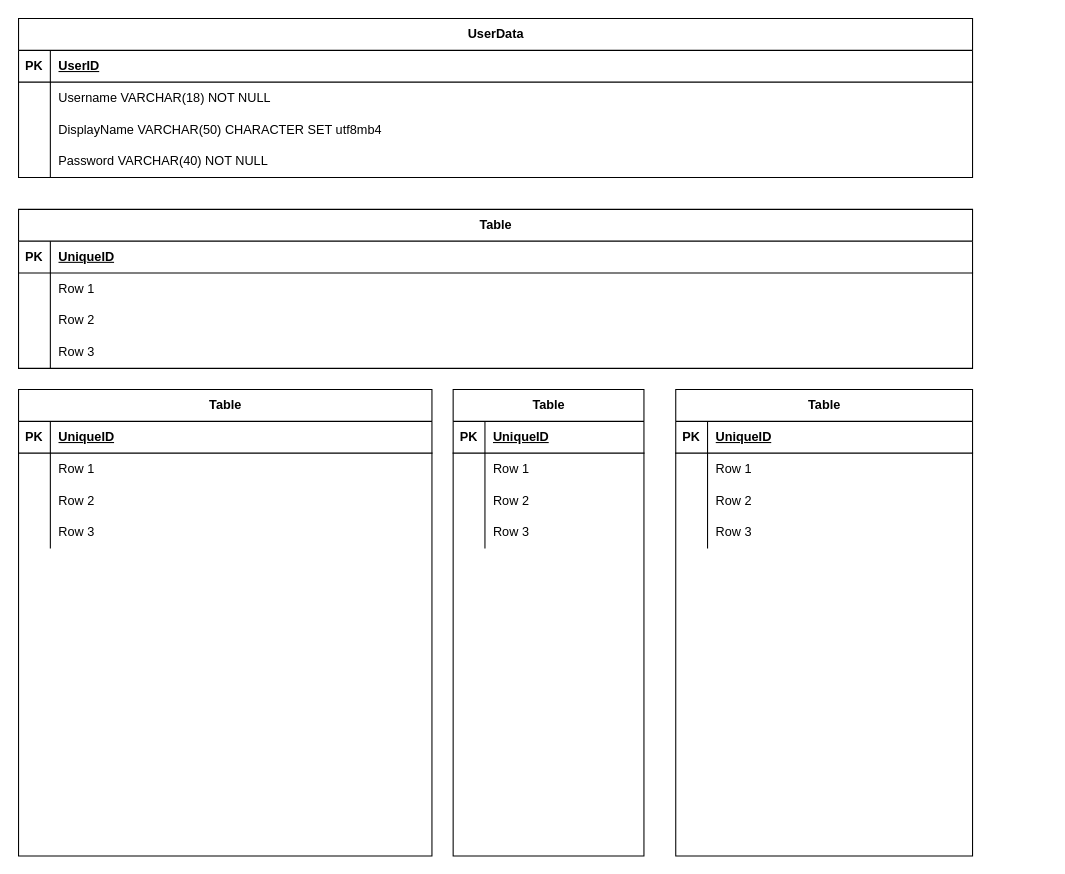
The draw.io diagram ReasonerBlue-ERD.drawio in BubbliBlu/BubbliBlu, before the edit. Source tidied: cells renumbered, new cells numbered last; positions are measured from the earlier drawing's top-left corner, leaving out a move shared by most shapes. Both pictures are drawn from the tidied source at 106%, with x=0, y=0 at pixel (18, 18).
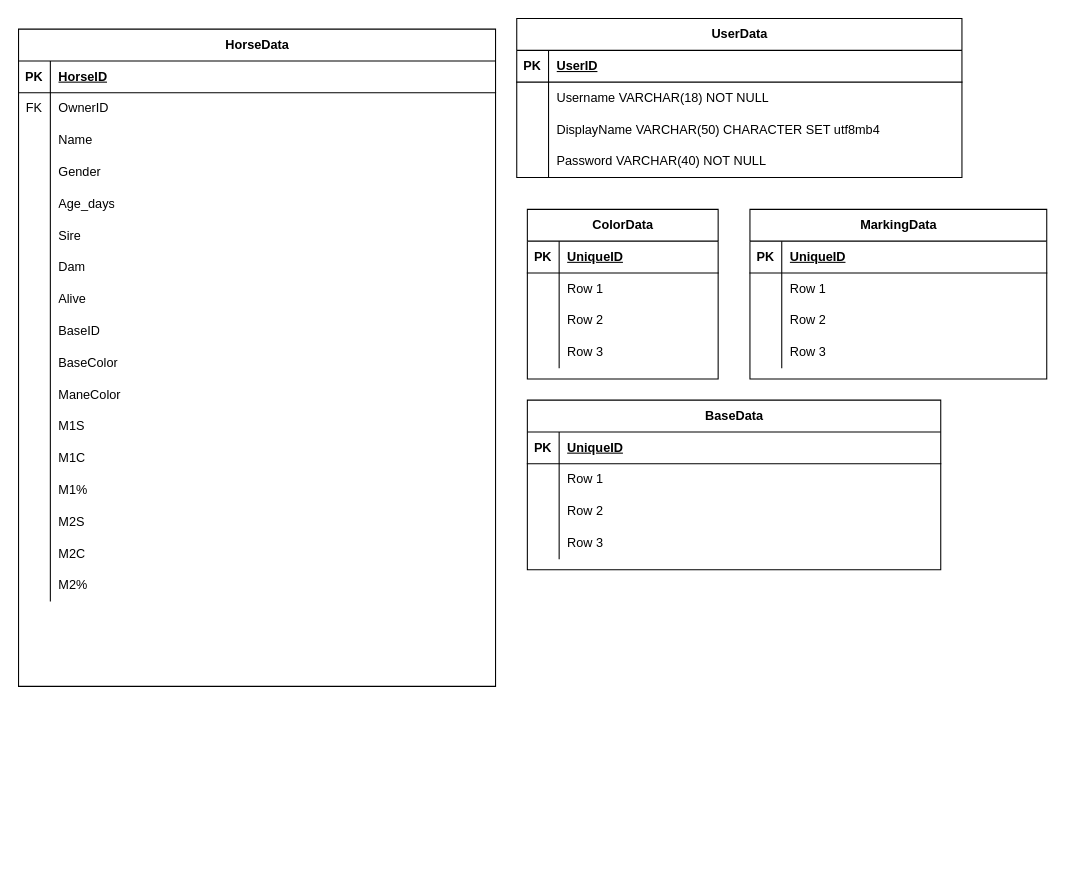
After the change.

What changed in the source:
```diff
@@
     <mxCell id="2" value="UserData" style="shape=table;startSize=30;childLayout=tableLayout;rowLines=0;fontStyle=1;align=center;html=1;" parent="1" vertex="1">
-      <mxGeometry width="900" height="150" as="geometry" />
+      <mxGeometry x="470" width="420" height="150" as="geometry" />
     </mxCell>
     <mxCell id="3" style="shape=tableRow;horizontal=0;startSize=0;swimlaneHead=0;swimlaneBody=0;fillColor=none;top=0;left=0;right=0;bottom=1;" parent="2" vertex="1">
-      <mxGeometry y="30" width="900" height="30" as="geometry" />
+      <mxGeometry y="30" width="420" height="30" as="geometry" />
     </mxCell>
@@
     <mxCell id="5" value="UserID" style="shape=partialRectangle;fillColor=none;top=0;left=0;bottom=0;right=0;align=left;spacingLeft=6;fontStyle=5;overflow=hidden;whiteSpace=wrap;html=1;" parent="3" vertex="1">
-      <mxGeometry x="30" width="870" height="30" as="geometry" />
+      <mxGeometry x="30" width="390" height="30" as="geometry" />
     </mxCell>
     <mxCell id="6" style="shape=tableRow;horizontal=0;startSize=0;swimlaneHead=0;swimlaneBody=0;fillColor=none;top=0;left=0;right=0;bottom=0;" parent="2" vertex="1">
-      <mxGeometry y="60" width="900" height="30" as="geometry" />
+      <mxGeometry y="60" width="420" height="30" as="geometry" />
     </mxCell>
@@
     <mxCell id="8" value="Username VARCHAR(18) NOT NULL" style="shape=partialRectangle;fillColor=none;top=0;left=0;bottom=0;right=0;align=left;spacingLeft=6;overflow=hidden;whiteSpace=wrap;html=1;" parent="6" vertex="1">
-      <mxGeometry x="30" width="870" height="30" as="geometry" />
+      <mxGeometry x="30" width="390" height="30" as="geometry" />
     </mxCell>
     <mxCell id="9" style="shape=tableRow;horizontal=0;startSize=0;swimlaneHead=0;swimlaneBody=0;fillColor=none;top=0;left=0;right=0;bottom=0;" parent="2" vertex="1">
-      <mxGeometry y="90" width="900" height="30" as="geometry" />
+      <mxGeometry y="90" width="420" height="30" as="geometry" />
     </mxCell>
@@
     <mxCell id="11" value="DisplayName VARCHAR(50) CHARACTER SET utf8mb4" style="shape=partialRectangle;fillColor=none;top=0;left=0;bottom=0;right=0;align=left;spacingLeft=6;overflow=hidden;whiteSpace=wrap;html=1;" parent="9" vertex="1">
-      <mxGeometry x="30" width="870" height="30" as="geometry" />
+      <mxGeometry x="30" width="390" height="30" as="geometry" />
     </mxCell>
     <mxCell id="12" style="shape=tableRow;horizontal=0;startSize=0;swimlaneHead=0;swimlaneBody=0;fillColor=none;top=0;left=0;right=0;bottom=0;" parent="2" vertex="1">
-      <mxGeometry y="120" width="900" height="30" as="geometry" />
+      <mxGeometry y="120" width="420" height="30" as="geometry" />
     </mxCell>
@@
     <mxCell id="14" value="Password VARCHAR(40) NOT NULL" style="shape=partialRectangle;fillColor=none;top=0;left=0;bottom=0;right=0;align=left;spacingLeft=6;overflow=hidden;whiteSpace=wrap;html=1;" parent="12" vertex="1">
-      <mxGeometry x="30" width="870" height="30" as="geometry" />
+      <mxGeometry x="30" width="390" height="30" as="geometry" />
     </mxCell>
-    <mxCell id="15" value="Table" style="shape=table;startSize=30;childLayout=tableLayout;rowLines=0;fontStyle=1;align=center;html=1;" parent="1" vertex="1">
-      <mxGeometry y="180" width="900" height="150" as="geometry" />
+    <mxCell id="15" value="HorseData" style="shape=table;startSize=30;childLayout=tableLayout;rowLines=0;fontStyle=1;align=center;html=1;" parent="1" vertex="1">
+      <mxGeometry y="10" width="450" height="620" as="geometry" />
     </mxCell>
     <mxCell id="16" style="shape=tableRow;horizontal=0;startSize=0;swimlaneHead=0;swimlaneBody=0;fillColor=none;top=0;left=0;right=0;bottom=1;" parent="15" vertex="1">
-      <mxGeometry y="30" width="900" height="30" as="geometry" />
+      <mxGeometry y="30" width="450" height="30" as="geometry" />
     </mxCell>
@@
-    <mxCell id="18" value="UniqueID" style="shape=partialRectangle;fillColor=none;top=0;left=0;bottom=0;right=0;align=left;spacingLeft=6;fontStyle=5;overflow=hidden;whiteSpace=wrap;html=1;" parent="16" vertex="1">
-      <mxGeometry x="30" width="870" height="30" as="geometry" />
+    <mxCell id="18" value="HorseID" style="shape=partialRectangle;fillColor=none;top=0;left=0;bottom=0;right=0;align=left;spacingLeft=6;fontStyle=5;overflow=hidden;whiteSpace=wrap;html=1;" parent="16" vertex="1">
+      <mxGeometry x="30" width="420" height="30" as="geometry" />
     </mxCell>
     <mxCell id="19" style="shape=tableRow;horizontal=0;startSize=0;swimlaneHead=0;swimlaneBody=0;fillColor=none;top=0;left=0;right=0;bottom=0;" parent="15" vertex="1">
-      <mxGeometry y="60" width="900" height="30" as="geometry" />
+      <mxGeometry y="60" width="450" height="30" as="geometry" />
     </mxCell>
-    <mxCell id="20" style="shape=partialRectangle;fillColor=none;top=0;left=0;bottom=0;right=0;overflow=hidden;whiteSpace=wrap;html=1;" parent="19" vertex="1">
+    <mxCell id="20" value="FK" style="shape=partialRectangle;fillColor=none;top=0;left=0;bottom=0;right=0;overflow=hidden;whiteSpace=wrap;html=1;" parent="19" vertex="1">
       <mxGeometry width="30" height="30" as="geometry" />
     </mxCell>
-    <mxCell id="21" value="Row 1" style="shape=partialRectangle;fillColor=none;top=0;left=0;bottom=0;right=0;align=left;spacingLeft=6;overflow=hidden;whiteSpace=wrap;html=1;" parent="19" vertex="1">
-      <mxGeometry x="30" width="870" height="30" as="geometry" />
+    <mxCell id="21" value="OwnerID" style="shape=partialRectangle;fillColor=none;top=0;left=0;bottom=0;right=0;align=left;spacingLeft=6;overflow=hidden;whiteSpace=wrap;html=1;" parent="19" vertex="1">
+      <mxGeometry x="30" width="420" height="30" as="geometry" />
     </mxCell>
     <mxCell id="22" style="shape=tableRow;horizontal=0;startSize=0;swimlaneHead=0;swimlaneBody=0;fillColor=none;top=0;left=0;right=0;bottom=0;" parent="15" vertex="1">
-      <mxGeometry y="90" width="900" height="30" as="geometry" />
+      <mxGeometry y="90" width="450" height="30" as="geometry" />
     </mxCell>
@@
-    <mxCell id="24" value="Row 2" style="shape=partialRectangle;fillColor=none;top=0;left=0;bottom=0;right=0;align=left;spacingLeft=6;overflow=hidden;whiteSpace=wrap;html=1;" parent="22" vertex="1">
-      <mxGeometry x="30" width="870" height="30" as="geometry" />
+    <mxCell id="24" value="Name" style="shape=partialRectangle;fillColor=none;top=0;left=0;bottom=0;right=0;align=left;spacingLeft=6;overflow=hidden;whiteSpace=wrap;html=1;" parent="22" vertex="1">
+      <mxGeometry x="30" width="420" height="30" as="geometry" />
     </mxCell>
     <mxCell id="25" style="shape=tableRow;horizontal=0;startSize=0;swimlaneHead=0;swimlaneBody=0;fillColor=none;top=0;left=0;right=0;bottom=0;" parent="15" vertex="1">
-      <mxGeometry y="120" width="900" height="30" as="geometry" />
+      <mxGeometry y="120" width="450" height="30" as="geometry" />
     </mxCell>
@@
-    <mxCell id="27" value="Row 3" style="shape=partialRectangle;fillColor=none;top=0;left=0;bottom=0;right=0;align=left;spacingLeft=6;overflow=hidden;whiteSpace=wrap;html=1;" parent="25" vertex="1">
-      <mxGeometry x="30" width="870" height="30" as="geometry" />
+    <mxCell id="27" value="Gender" style="shape=partialRectangle;fillColor=none;top=0;left=0;bottom=0;right=0;align=left;spacingLeft=6;overflow=hidden;whiteSpace=wrap;html=1;" parent="25" vertex="1">
+      <mxGeometry x="30" width="420" height="30" as="geometry" />
     </mxCell>
+    <mxCell id="67" style="shape=tableRow;horizontal=0;startSize=0;swimlaneHead=0;swimlaneBody=0;fillColor=none;top=0;left=0;right=0;bottom=0;" parent="15" vertex="1">
+      <mxGeometry y="150" width="450" height="30" as="geometry" />
+    </mxCell>
+    <mxCell id="68" style="shape=partialRectangle;fillColor=none;top=0;left=0;bottom=0;right=0;overflow=hidden;whiteSpace=wrap;html=1;" parent="67" vertex="1">
+      <mxGeometry width="30" height="30" as="geometry" />
+    </mxCell>
+    <mxCell id="69" value="Age_days" style="shape=partialRectangle;fillColor=none;top=0;left=0;bottom=0;right=0;align=left;spacingLeft=6;overflow=hidden;whiteSpace=wrap;html=1;" parent="67" vertex="1">
+      <mxGeometry x="30" width="420" height="30" as="geometry" />
+    </mxCell>
+    <mxCell id="70" style="shape=tableRow;horizontal=0;startSize=0;swimlaneHead=0;swimlaneBody=0;fillColor=none;top=0;left=0;right=0;bottom=0;" parent="15" vertex="1">
+      <mxGeometry y="180" width="450" height="30" as="geometry" />
+    </mxCell>
+    <mxCell id="71" style="shape=partialRectangle;fillColor=none;top=0;left=0;bottom=0;right=0;overflow=hidden;whiteSpace=wrap;html=1;" parent="70" vertex="1">
+      <mxGeometry width="30" height="30" as="geometry" />
+    </mxCell>
+    <mxCell id="72" value="Sire" style="shape=partialRectangle;fillColor=none;top=0;left=0;bottom=0;right=0;align=left;spacingLeft=6;overflow=hidden;whiteSpace=wrap;html=1;" parent="70" vertex="1">
+      <mxGeometry x="30" width="420" height="30" as="geometry" />
+    </mxCell>
+    <mxCell id="73" style="shape=tableRow;horizontal=0;startSize=0;swimlaneHead=0;swimlaneBody=0;fillColor=none;top=0;left=0;right=0;bottom=0;" parent="15" vertex="1">
+      <mxGeometry y="210" width="450" height="30" as="geometry" />
+    </mxCell>
+    <mxCell id="74" style="shape=partialRectangle;fillColor=none;top=0;left=0;bottom=0;right=0;overflow=hidden;whiteSpace=wrap;html=1;" parent="73" vertex="1">
+      <mxGeometry width="30" height="30" as="geometry" />
+    </mxCell>
+    <mxCell id="75" value="Dam" style="shape=partialRectangle;fillColor=none;top=0;left=0;bottom=0;right=0;align=left;spacingLeft=6;overflow=hidden;whiteSpace=wrap;html=1;" parent="73" vertex="1">
+      <mxGeometry x="30" width="420" height="30" as="geometry" />
+    </mxCell>
+    <mxCell id="76" style="shape=tableRow;horizontal=0;startSize=0;swimlaneHead=0;swimlaneBody=0;fillColor=none;top=0;left=0;right=0;bottom=0;" parent="15" vertex="1">
+      <mxGeometry y="240" width="450" height="30" as="geometry" />
+    </mxCell>
+    <mxCell id="77" style="shape=partialRectangle;fillColor=none;top=0;left=0;bottom=0;right=0;overflow=hidden;whiteSpace=wrap;html=1;" parent="76" vertex="1">
+      <mxGeometry width="30" height="30" as="geometry" />
+    </mxCell>
+    <mxCell id="78" value="Alive" style="shape=partialRectangle;fillColor=none;top=0;left=0;bottom=0;right=0;align=left;spacingLeft=6;overflow=hidden;whiteSpace=wrap;html=1;" parent="76" vertex="1">
+      <mxGeometry x="30" width="420" height="30" as="geometry" />
+    </mxCell>
+    <mxCell id="79" style="shape=tableRow;horizontal=0;startSize=0;swimlaneHead=0;swimlaneBody=0;fillColor=none;top=0;left=0;right=0;bottom=0;" parent="15" vertex="1">
+      <mxGeometry y="270" width="450" height="30" as="geometry" />
+    </mxCell>
+    <mxCell id="80" style="shape=partialRectangle;fillColor=none;top=0;left=0;bottom=0;right=0;overflow=hidden;whiteSpace=wrap;html=1;" parent="79" vertex="1">
+      <mxGeometry width="30" height="30" as="geometry" />
+    </mxCell>
+    <mxCell id="81" value="BaseID" style="shape=partialRectangle;fillColor=none;top=0;left=0;bottom=0;right=0;align=left;spacingLeft=6;overflow=hidden;whiteSpace=wrap;html=1;" parent="79" vertex="1">
+      <mxGeometry x="30" width="420" height="30" as="geometry" />
+    </mxCell>
+    <mxCell id="82" style="shape=tableRow;horizontal=0;startSize=0;swimlaneHead=0;swimlaneBody=0;fillColor=none;top=0;left=0;right=0;bottom=0;" parent="15" vertex="1">
+      <mxGeometry y="300" width="450" height="30" as="geometry" />
+    </mxCell>
+    <mxCell id="83" style="shape=partialRectangle;fillColor=none;top=0;left=0;bottom=0;right=0;overflow=hidden;whiteSpace=wrap;html=1;" parent="82" vertex="1">
+      <mxGeometry width="30" height="30" as="geometry" />
+    </mxCell>
+    <mxCell id="84" value="BaseColor" style="shape=partialRectangle;fillColor=none;top=0;left=0;bottom=0;right=0;align=left;spacingLeft=6;overflow=hidden;whiteSpace=wrap;html=1;" parent="82" vertex="1">
+      <mxGeometry x="30" width="420" height="30" as="geometry" />
+    </mxCell>
+    <mxCell id="85" style="shape=tableRow;horizontal=0;startSize=0;swimlaneHead=0;swimlaneBody=0;fillColor=none;top=0;left=0;right=0;bottom=0;" parent="15" vertex="1">
+      <mxGeometry y="330" width="450" height="30" as="geometry" />
+    </mxCell>
+    <mxCell id="86" style="shape=partialRectangle;fillColor=none;top=0;left=0;bottom=0;right=0;overflow=hidden;whiteSpace=wrap;html=1;" parent="85" vertex="1">
+      <mxGeometry width="30" height="30" as="geometry" />
+    </mxCell>
+    <mxCell id="87" value="ManeColor" style="shape=partialRectangle;fillColor=none;top=0;left=0;bottom=0;right=0;align=left;spacingLeft=6;overflow=hidden;whiteSpace=wrap;html=1;" parent="85" vertex="1">
+      <mxGeometry x="30" width="420" height="30" as="geometry" />
+    </mxCell>
+    <mxCell id="88" style="shape=tableRow;horizontal=0;startSize=0;swimlaneHead=0;swimlaneBody=0;fillColor=none;top=0;left=0;right=0;bottom=0;" parent="15" vertex="1">
+      <mxGeometry y="360" width="450" height="30" as="geometry" />
+    </mxCell>
+    <mxCell id="89" style="shape=partialRectangle;fillColor=none;top=0;left=0;bottom=0;right=0;overflow=hidden;whiteSpace=wrap;html=1;" parent="88" vertex="1">
+      <mxGeometry width="30" height="30" as="geometry" />
+    </mxCell>
+    <mxCell id="90" value="M1S" style="shape=partialRectangle;fillColor=none;top=0;left=0;bottom=0;right=0;align=left;spacingLeft=6;overflow=hidden;whiteSpace=wrap;html=1;" parent="88" vertex="1">
+      <mxGeometry x="30" width="420" height="30" as="geometry" />
+    </mxCell>
+    <mxCell id="91" style="shape=tableRow;horizontal=0;startSize=0;swimlaneHead=0;swimlaneBody=0;fillColor=none;top=0;left=0;right=0;bottom=0;" parent="15" vertex="1">
+      <mxGeometry y="390" width="450" height="30" as="geometry" />
+    </mxCell>
+    <mxCell id="92" style="shape=partialRectangle;fillColor=none;top=0;left=0;bottom=0;right=0;overflow=hidden;whiteSpace=wrap;html=1;" parent="91" vertex="1">
+      <mxGeometry width="30" height="30" as="geometry" />
+    </mxCell>
+    <mxCell id="93" value="M1C" style="shape=partialRectangle;fillColor=none;top=0;left=0;bottom=0;right=0;align=left;spacingLeft=6;overflow=hidden;whiteSpace=wrap;html=1;" parent="91" vertex="1">
+      <mxGeometry x="30" width="420" height="30" as="geometry" />
+    </mxCell>
+    <mxCell id="94" style="shape=tableRow;horizontal=0;startSize=0;swimlaneHead=0;swimlaneBody=0;fillColor=none;top=0;left=0;right=0;bottom=0;" parent="15" vertex="1">
+      <mxGeometry y="420" width="450" height="30" as="geometry" />
+    </mxCell>
+    <mxCell id="95" style="shape=partialRectangle;fillColor=none;top=0;left=0;bottom=0;right=0;overflow=hidden;whiteSpace=wrap;html=1;" parent="94" vertex="1">
+      <mxGeometry width="30" height="30" as="geometry" />
+    </mxCell>
+    <mxCell id="96" value="M1%" style="shape=partialRectangle;fillColor=none;top=0;left=0;bottom=0;right=0;align=left;spacingLeft=6;overflow=hidden;whiteSpace=wrap;html=1;" parent="94" vertex="1">
+      <mxGeometry x="30" width="420" height="30" as="geometry" />
+    </mxCell>
+    <mxCell id="97" style="shape=tableRow;horizontal=0;startSize=0;swimlaneHead=0;swimlaneBody=0;fillColor=none;top=0;left=0;right=0;bottom=0;" parent="15" vertex="1">
+      <mxGeometry y="450" width="450" height="30" as="geometry" />
+    </mxCell>
+    <mxCell id="98" style="shape=partialRectangle;fillColor=none;top=0;left=0;bottom=0;right=0;overflow=hidden;whiteSpace=wrap;html=1;" parent="97" vertex="1">
+      <mxGeometry width="30" height="30" as="geometry" />
+    </mxCell>
+    <mxCell id="99" value="M2S" style="shape=partialRectangle;fillColor=none;top=0;left=0;bottom=0;right=0;align=left;spacingLeft=6;overflow=hidden;whiteSpace=wrap;html=1;" parent="97" vertex="1">
+      <mxGeometry x="30" width="420" height="30" as="geometry" />
+    </mxCell>
+    <mxCell id="100" style="shape=tableRow;horizontal=0;startSize=0;swimlaneHead=0;swimlaneBody=0;fillColor=none;top=0;left=0;right=0;bottom=0;" parent="15" vertex="1">
+      <mxGeometry y="480" width="450" height="30" as="geometry" />
+    </mxCell>
+    <mxCell id="101" style="shape=partialRectangle;fillColor=none;top=0;left=0;bottom=0;right=0;overflow=hidden;whiteSpace=wrap;html=1;" parent="100" vertex="1">
+      <mxGeometry width="30" height="30" as="geometry" />
+    </mxCell>
+    <mxCell id="102" value="M2C" style="shape=partialRectangle;fillColor=none;top=0;left=0;bottom=0;right=0;align=left;spacingLeft=6;overflow=hidden;whiteSpace=wrap;html=1;" parent="100" vertex="1">
+      <mxGeometry x="30" width="420" height="30" as="geometry" />
+    </mxCell>
+    <mxCell id="103" style="shape=tableRow;horizontal=0;startSize=0;swimlaneHead=0;swimlaneBody=0;fillColor=none;top=0;left=0;right=0;bottom=0;" parent="15" vertex="1">
+      <mxGeometry y="510" width="450" height="30" as="geometry" />
+    </mxCell>
+    <mxCell id="104" style="shape=partialRectangle;fillColor=none;top=0;left=0;bottom=0;right=0;overflow=hidden;whiteSpace=wrap;html=1;" parent="103" vertex="1">
+      <mxGeometry width="30" height="30" as="geometry" />
+    </mxCell>
+    <mxCell id="105" value="M2%" style="shape=partialRectangle;fillColor=none;top=0;left=0;bottom=0;right=0;align=left;spacingLeft=6;overflow=hidden;whiteSpace=wrap;html=1;" parent="103" vertex="1">
+      <mxGeometry x="30" width="420" height="30" as="geometry" />
+    </mxCell>
-    <mxCell id="28" value="Table" style="shape=table;startSize=30;childLayout=tableLayout;rowLines=0;fontStyle=1;align=center;html=1;" parent="1" vertex="1">
-      <mxGeometry y="350" width="390" height="440" as="geometry" />
+    <mxCell id="28" value="BaseData" style="shape=table;startSize=30;childLayout=tableLayout;rowLines=0;fontStyle=1;align=center;html=1;" parent="1" vertex="1">
+      <mxGeometry x="480" y="360" width="390" height="160" as="geometry" />
     </mxCell>
@@
-    <mxCell id="41" value="Table" style="shape=table;startSize=30;childLayout=tableLayout;rowLines=0;fontStyle=1;align=center;html=1;" parent="1" vertex="1">
-      <mxGeometry x="410" y="350" width="180" height="440" as="geometry" />
+    <mxCell id="41" value="ColorData" style="shape=table;startSize=30;childLayout=tableLayout;rowLines=0;fontStyle=1;align=center;html=1;" parent="1" vertex="1">
+      <mxGeometry x="480" y="180" width="180" height="160" as="geometry" />
     </mxCell>
@@
-    <mxCell id="54" value="Table" style="shape=table;startSize=30;childLayout=tableLayout;rowLines=0;fontStyle=1;align=center;html=1;" parent="1" vertex="1">
-      <mxGeometry x="620" y="350" width="280" height="440" as="geometry" />
+    <mxCell id="54" value="MarkingData" style="shape=table;startSize=30;childLayout=tableLayout;rowLines=0;fontStyle=1;align=center;html=1;" parent="1" vertex="1">
+      <mxGeometry x="690" y="180" width="280" height="160" as="geometry" />
     </mxCell>
```
